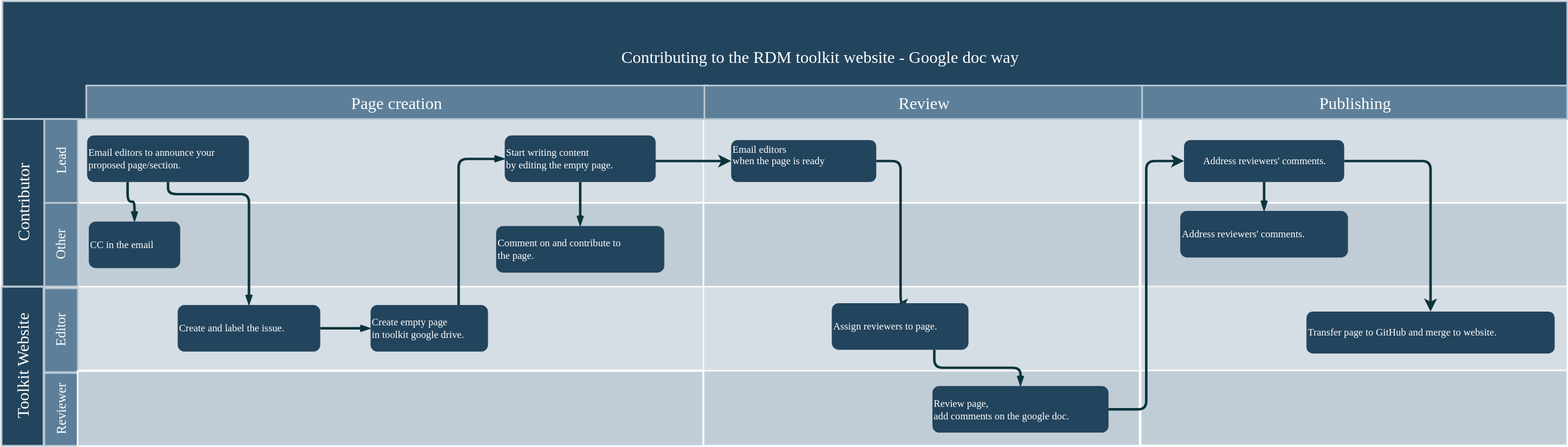
This is images/googledoc_way_flow.svg from elixir-europe/rdmkit, a draw.io export, as it was before one commit. Source tidied: cells renumbered, new cells last; positions are measured from the earlier drawing's top-left corner, leaving out a move shared by most shapes.
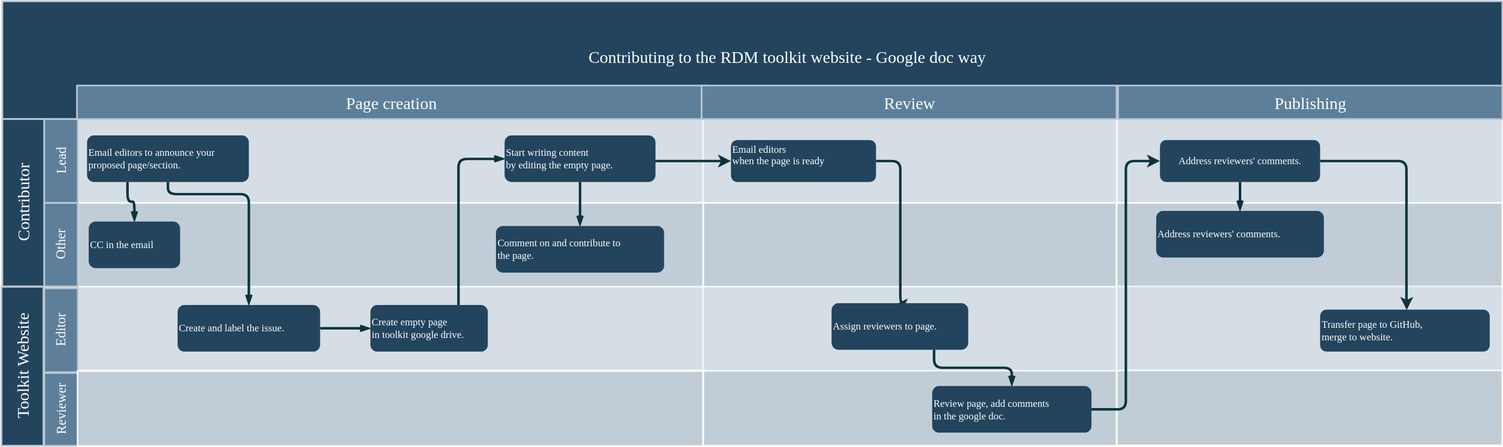
Above is the later version.

Commit message:
compacted diagram

What changed in the source:
```diff
@@ -3,10 +3,10 @@
     <mxCell id="0" />
     <mxCell id="1" parent="0" />
     <mxCell id="2" style="strokeColor=#FFFFFF;fillColor=#BAC8D3;fontSize=18;strokeWidth=2;fontFamily=Verdana;html=1;opacity=90;" parent="1" vertex="1">
-      <mxGeometry x="1358.3" y="440" width="508.7" height="89.5" as="geometry" />
+      <mxGeometry x="1330" y="440" width="460" height="89.5" as="geometry" />
     </mxCell>
     <mxCell id="3" style="strokeColor=#FFFFFF;fillColor=#BAC8D3;fontSize=18;strokeWidth=2;fontFamily=Verdana;html=1;opacity=90;" parent="1" vertex="1">
-      <mxGeometry x="837" y="440.5" width="520" height="89.5" as="geometry" />
+      <mxGeometry x="837" y="440.5" width="493" height="89.5" as="geometry" />
     </mxCell>
     <mxCell id="4" style="strokeColor=#FFFFFF;fillColor=#BAC8D3;fontSize=18;strokeWidth=2;fontFamily=Verdana;html=1;opacity=60;" parent="1" vertex="1">
       <mxGeometry x="91" y="140.5" width="746" height="100" as="geometry" />
@@ -18,7 +18,7 @@
       <mxGeometry x="90.7" y="340.5" width="746.3" height="99.5" as="geometry" />
     </mxCell>
     <mxCell id="7" value="Contributing to the RDM toolkit website - Google doc way" style="strokeColor=#BAC8D3;fillColor=#23445D;fontSize=20;strokeWidth=2;fontFamily=Verdana;html=1;fontColor=#FFFFFF;fontStyle=0;spacingBottom=8;spacingRight=0;spacingLeft=83;" parent="1" vertex="1">
-      <mxGeometry x="1" width="1866" height="140.5" as="geometry" />
+      <mxGeometry x="1" width="1789" height="140.5" as="geometry" />
     </mxCell>
     <mxCell id="8" value="&lt;font style=&quot;font-size: 20px;&quot;&gt;Contributor&lt;/font&gt;" style="strokeColor=#BAC8D3;fillColor=#23445D;fontSize=20;strokeWidth=2;horizontal=0;fontFamily=Verdana;html=1;fontColor=#FFFFFF;fontStyle=0;" parent="1" vertex="1">
       <mxGeometry x="1" y="140.5" width="50" height="199.5" as="geometry" />
@@ -33,22 +33,22 @@
       <mxGeometry y="340.5" width="50" height="189.5" as="geometry" />
     </mxCell>
     <mxCell id="12" style="strokeColor=#FFFFFF;fillColor=#BAC8D3;fontSize=18;strokeWidth=2;fontFamily=Verdana;html=1;opacity=60;" parent="1" vertex="1">
-      <mxGeometry x="837" y="140.5" width="520" height="100" as="geometry" />
+      <mxGeometry x="837" y="140.5" width="493" height="100" as="geometry" />
     </mxCell>
     <mxCell id="13" style="strokeColor=#FFFFFF;fillColor=#BAC8D3;fontSize=18;strokeWidth=2;fontFamily=Verdana;html=1;opacity=90;" parent="1" vertex="1">
-      <mxGeometry x="837" y="240.5" width="520" height="100" as="geometry" />
+      <mxGeometry x="837" y="240.5" width="493" height="100" as="geometry" />
     </mxCell>
     <mxCell id="14" style="strokeColor=#FFFFFF;fillColor=#BAC8D3;fontSize=18;strokeWidth=2;fontFamily=Verdana;html=1;opacity=60;" parent="1" vertex="1">
-      <mxGeometry x="837" y="340.5" width="520" height="100" as="geometry" />
+      <mxGeometry x="837" y="340.5" width="493" height="100" as="geometry" />
     </mxCell>
     <mxCell id="15" style="strokeColor=#FFFFFF;fillColor=#BAC8D3;fontSize=18;strokeWidth=2;fontFamily=Verdana;html=1;opacity=60;" parent="1" vertex="1">
-      <mxGeometry x="1359" y="140.5" width="508" height="100" as="geometry" />
+      <mxGeometry x="1330.7" y="140.5" width="459.3" height="100" as="geometry" />
     </mxCell>
     <mxCell id="16" style="strokeColor=#FFFFFF;fillColor=#BAC8D3;fontSize=18;strokeWidth=2;fontFamily=Verdana;html=1;opacity=90;" parent="1" vertex="1">
-      <mxGeometry x="1358.3" y="240.5" width="508.7" height="100" as="geometry" />
+      <mxGeometry x="1330" y="240.5" width="460" height="100" as="geometry" />
     </mxCell>
     <mxCell id="17" style="strokeColor=#FFFFFF;fillColor=#BAC8D3;fontSize=18;strokeWidth=2;fontFamily=Verdana;html=1;opacity=60;" parent="1" vertex="1">
-      <mxGeometry x="1358.3" y="340" width="508.7" height="100" as="geometry" />
+      <mxGeometry x="1330" y="340" width="460" height="100" as="geometry" />
     </mxCell>
     <mxCell id="18" value="&lt;div&gt;&lt;font color=&quot;#FFFFFF&quot;&gt;Email editors to announce your &lt;br&gt;proposed page/section.&lt;/font&gt;&lt;font color=&quot;#FFFFFF&quot;&gt;&lt;/font&gt;&lt;/div&gt;&lt;div&gt;&lt;/div&gt;" style="rounded=1;fillColor=#23445D;strokeColor=none;strokeWidth=2;fontFamily=Verdana;html=1;gradientColor=none;align=left;" parent="1" vertex="1">
       <mxGeometry x="102" y="160" width="193" height="55.5" as="geometry" />
@@ -57,7 +57,7 @@
       <mxGeometry x="870" y="165.5" width="173" height="50" as="geometry" />
     </mxCell>
     <mxCell id="20" value="&lt;font color=&quot;#ffffff&quot;&gt;Address reviewers' comments.&lt;/font&gt;" style="rounded=1;fillColor=#23445D;strokeColor=none;strokeWidth=2;gradientColor=none;fontFamily=Verdana;html=1;" parent="1" vertex="1">
-      <mxGeometry x="1410" y="165.5" width="191" height="50" as="geometry" />
+      <mxGeometry x="1381.7" y="165.5" width="191" height="50" as="geometry" />
     </mxCell>
     <mxCell id="21" style="edgeStyle=elbowEdgeStyle;elbow=vertical;strokeWidth=3;strokeColor=#0C343D;fontFamily=Verdana;html=1;exitX=0.25;exitY=1;exitDx=0;exitDy=0;entryX=0.5;entryY=0;entryDx=0;entryDy=0;startArrow=none;startFill=0;endArrow=openThin;endFill=0;" parent="1" edge="1" source="18" target="29">
       <mxGeometry x="-96.6" y="130.5" as="geometry" />
@@ -78,13 +78,13 @@
       <mxGeometry x="-96.6" y="130.5" as="geometry" />
     </mxCell>
     <mxCell id="25" style="group;fontFamily=Verdana;" parent="1" vertex="1">
-      <mxGeometry x="101" y="100.5" width="1260" height="40" as="geometry" />
+      <mxGeometry x="90" y="100.5" width="1240" height="40" as="geometry" />
     </mxCell>
     <mxCell id="26" value="Page creation" style="strokeColor=#BAC8D3;fillColor=#5d7f99;fontSize=20;strokeWidth=2;fontFamily=Verdana;html=1;labelBackgroundColor=none;fontColor=#FFFFFF;" parent="25" vertex="1">
-      <mxGeometry width="740" height="40" as="geometry" />
+      <mxGeometry width="750" height="40" as="geometry" />
     </mxCell>
     <mxCell id="27" value="Review" style="strokeColor=#BAC8D3;fillColor=#5d7f99;fontSize=20;strokeWidth=2;fontFamily=Verdana;html=1;labelBackgroundColor=none;fontColor=#FFFFFF;" parent="25" vertex="1">
-      <mxGeometry x="737.1" width="522.9" height="40" as="geometry" />
+      <mxGeometry x="745" width="495" height="40" as="geometry" />
     </mxCell>
     <mxCell id="28" value="&lt;font color=&quot;#ffffff&quot;&gt;&lt;span&gt;Create and label the issue.&lt;/span&gt;&lt;/font&gt;" style="rounded=1;fillColor=#23445D;strokeColor=none;strokeWidth=2;fontFamily=Verdana;html=1;gradientColor=none;align=left;" parent="1" vertex="1">
       <mxGeometry x="210" y="362.2" width="170" height="55.5" as="geometry" />
@@ -130,28 +130,29 @@
     <mxCell id="39" style="strokeColor=#FFFFFF;fillColor=#BAC8D3;fontSize=18;strokeWidth=2;fontFamily=Verdana;html=1;opacity=90;" parent="1" vertex="1">
       <mxGeometry x="90.7" y="440.9" width="746" height="89.5" as="geometry" />
     </mxCell>
-    <mxCell id="40" value="&lt;div&gt;&lt;font color=&quot;#ffffff&quot;&gt;&lt;span&gt;Review page,&lt;/span&gt;&lt;/font&gt;&lt;/div&gt;&lt;div&gt;&lt;font color=&quot;#ffffff&quot;&gt;&lt;span&gt; add comments on the google doc.&lt;/span&gt;&lt;/font&gt;&lt;/div&gt;" style="rounded=1;fillColor=#23445D;strokeColor=none;strokeWidth=2;fontFamily=Verdana;html=1;gradientColor=none;align=left;" parent="1" vertex="1">
-      <mxGeometry x="1110" y="458.9" width="210" height="55.5" as="geometry" />
+    <mxCell id="40" value="&lt;div&gt;&lt;font color=&quot;#ffffff&quot;&gt;&lt;span&gt;Review page, add comments &lt;br&gt;&lt;/span&gt;&lt;/font&gt;&lt;/div&gt;&lt;div&gt;&lt;font color=&quot;#ffffff&quot;&gt;&lt;span&gt;in the google doc.&lt;/span&gt;&lt;/font&gt;&lt;/div&gt;" style="rounded=1;fillColor=#23445D;strokeColor=none;strokeWidth=2;fontFamily=Verdana;html=1;gradientColor=none;align=left;" parent="1" vertex="1">
+      <mxGeometry x="1110" y="458.9" width="190" height="55.5" as="geometry" />
     </mxCell>
     <mxCell id="41" style="edgeStyle=elbowEdgeStyle;elbow=vertical;strokeWidth=3;strokeColor=#0C343D;fontFamily=Verdana;html=1;entryX=0.5;entryY=0;entryDx=0;entryDy=0;startArrow=none;startFill=0;endArrow=openThin;endFill=0;exitX=0.75;exitY=1;exitDx=0;exitDy=0;" parent="1" edge="1" source="36" target="40">
       <mxGeometry x="-76.6" y="150.5" as="geometry" />
     </mxCell>
     <mxCell id="42" value="&lt;span style=&quot;color: rgb(255 , 255 , 255) ; text-align: center&quot;&gt;Address reviewers' comments.&lt;/span&gt;" style="rounded=1;fillColor=#23445D;strokeColor=none;strokeWidth=2;fontFamily=Verdana;html=1;gradientColor=none;align=left;" parent="1" vertex="1">
-      <mxGeometry x="1405.5" y="250" width="200" height="55.5" as="geometry" />
+      <mxGeometry x="1377.2" y="250" width="200" height="55.5" as="geometry" />
     </mxCell>
     <mxCell id="43" style="edgeStyle=elbowEdgeStyle;elbow=vertical;strokeWidth=3;strokeColor=#0C343D;fontFamily=Verdana;html=1;startArrow=none;startFill=0;endArrow=openThin;endFill=0;" parent="1" edge="1" source="20" target="42">
-      <mxGeometry x="-76.6" y="150.5" as="geometry" />
+      <mxGeometry x="-104.9" y="150.5" as="geometry" />
     </mxCell>
     <mxCell id="44" value="Publishing" style="strokeColor=#BAC8D3;fillColor=#5d7f99;fontSize=20;strokeWidth=2;fontFamily=Verdana;html=1;labelBackgroundColor=none;fontColor=#FFFFFF;" parent="1" vertex="1">
-      <mxGeometry x="1360" y="100.5" width="507" height="40" as="geometry" />
+      <mxGeometry x="1331.7" y="100.5" width="458.3" height="40" as="geometry" />
     </mxCell>
-    <mxCell id="45" value="&lt;div align=&quot;left&quot;&gt;&lt;font color=&quot;#ffffff&quot;&gt;Transfer page to GitHub and merge to website.&lt;/font&gt;&lt;/div&gt;" style="rounded=1;fillColor=#23445D;strokeColor=none;strokeWidth=2;gradientColor=none;fontFamily=Verdana;html=1;align=left;" parent="1" vertex="1">
-      <mxGeometry x="1556" y="370" width="296" height="50" as="geometry" />
+    <mxCell id="45" value="&lt;div align=&quot;left&quot;&gt;&lt;font color=&quot;#ffffff&quot;&gt;Transfer page to GitHub,&lt;/font&gt;&lt;/div&gt;&lt;div align=&quot;left&quot;&gt;&lt;font color=&quot;#ffffff&quot;&gt; merge to website.&lt;/font&gt;&lt;/div&gt;" style="rounded=1;fillColor=#23445D;strokeColor=none;strokeWidth=2;gradientColor=none;fontFamily=Verdana;html=1;align=left;" parent="1" vertex="1">
+      <mxGeometry x="1572.7" y="367.8" width="202.3" height="50" as="geometry" />
     </mxCell>
-    <mxCell id="46" style="edgeStyle=elbowEdgeStyle;elbow=horizontal;strokeWidth=3;strokeColor=#0C343D;fontFamily=Verdana;html=1;exitX=1;exitY=0.5;exitDx=0;exitDy=0;entryX=0.5;entryY=0;entryDx=0;entryDy=0;" parent="1" edge="1" source="20" target="45">
-      <mxGeometry x="-86.6" y="140.5" as="geometry">
+    <mxCell id="46" style="edgeStyle=elbowEdgeStyle;elbow=horizontal;strokeWidth=3;strokeColor=#0C343D;fontFamily=Verdana;html=1;exitX=1;exitY=0.5;exitDx=0;exitDy=0;" parent="1" edge="1" source="20">
+      <mxGeometry x="-114.9" y="140.5" as="geometry">
+        <mxPoint x="1676" y="368" as="targetPoint" />
         <Array as="points">
-          <mxPoint x="1704" y="280" />
+          <mxPoint x="1675.7" y="280" />
         </Array>
       </mxGeometry>
     </mxCell>
```
